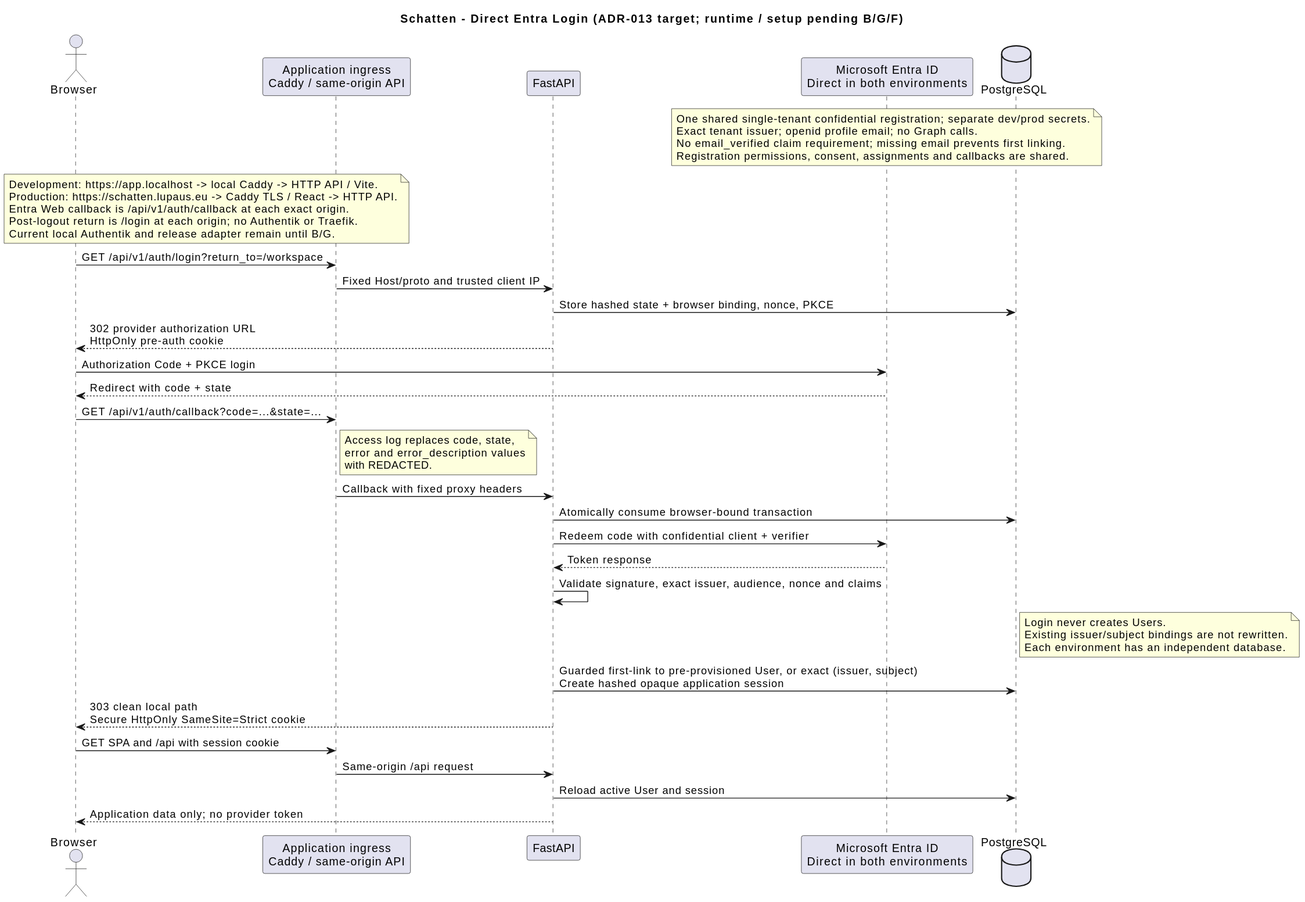
This is docs/diagrams/generated/sequence-oidc-login.svg from lupaus-eu/shadow, a PlantUML export, as it was before one commit.
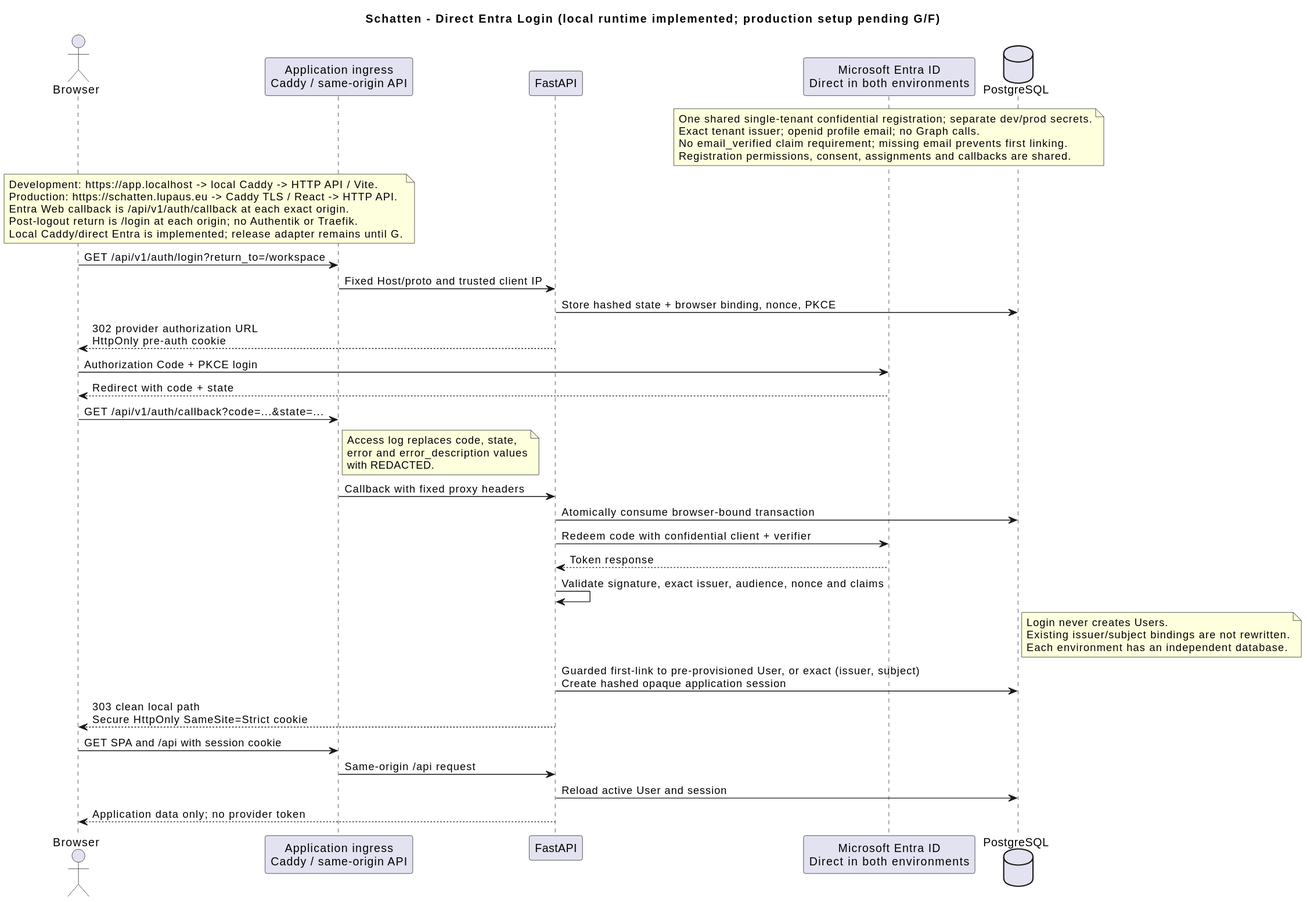
The same diagram one commit later.

What changed in the source:
```diff
@@ -1,5 +1,5 @@
 @startuml
-title Schatten - Direct Entra Login (ADR-013 target; runtime / setup pending B/G/F)
+title Schatten - Direct Entra Login (local runtime implemented; production setup pending G/F)
 
 actor Browser
 participant "Application ingress\nCaddy / same-origin API" as Caddy
@@ -19,7 +19,7 @@
   Production: https://schatten.lupaus.eu -> Caddy TLS / React -> HTTP API.
   Entra Web callback is /api/v1/auth/callback at each exact origin.
   Post-logout return is /login at each origin; no Authentik or Traefik.
-  Current local Authentik and release adapter remain until B/G.
+  Local Caddy/direct Entra is implemented; release adapter remains until G.
 end note
 
 Browser -> Caddy : GET /api/v1/auth/login?return_to=/workspace
```
